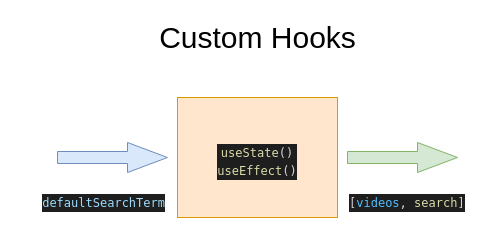
The draw.io diagram Custom Hooks.drawio in jeesewu/Diagrams-Storage, before the edit. Source tidied: cells renumbered, new cells numbered last; positions are measured from the earlier drawing's top-left corner, leaving out a move shared by most shapes. Both pictures are drawn from the tidied source at 100%, with x=0, y=0 at pixel (17, 17).
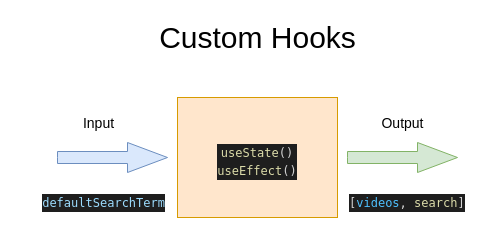
The same page after the edit.

What changed in the source:
```diff
@@
 <mxGraphModel>
   <root>
     <mxCell id="0" />
     <mxCell id="1" parent="0" />
     <mxCell id="2" value="Custom Hooks" style="text;html=1;align=center;verticalAlign=middle;strokeColor=none;fontSize=30;" parent="1" vertex="1">
       <mxGeometry x="135" width="210" height="40" as="geometry" />
     </mxCell>
     <mxCell id="3" style="rounded=0;whiteSpace=wrap;html=1;fillColor=#ffe6cc;strokeColor=#d79b00;" parent="1" vertex="1">
       <mxGeometry x="160" y="80" width="160" height="120" as="geometry" />
     </mxCell>
     <mxCell id="4" style="html=1;shadow=0;dashed=0;align=center;verticalAlign=middle;shape=mxgraph.arrows2.arrow;dy=0.6;dx=40;notch=0;fillColor=#dae8fc;strokeColor=#6c8ebf;" parent="1" vertex="1">
       <mxGeometry x="40" y="125" width="110" height="30" as="geometry" />
     </mxCell>
     <mxCell id="5" style="html=1;shadow=0;dashed=0;align=center;verticalAlign=middle;shape=mxgraph.arrows2.arrow;dy=0.6;dx=40;notch=0;fillColor=#d5e8d4;strokeColor=#82b366;" parent="1" vertex="1">
       <mxGeometry x="330" y="125" width="110" height="30" as="geometry" />
     </mxCell>
     <mxCell id="6" value="&lt;div style=&quot;color: rgb(212, 212, 212); background-color: rgb(30, 30, 30); font-family: menlo, monaco, &amp;quot;courier new&amp;quot;, monospace; font-weight: normal; font-size: 12px; line-height: 18px;&quot;&gt;&lt;div&gt;&lt;span style=&quot;color: #d4d4d4&quot;&gt;[&lt;/span&gt;&lt;span style=&quot;color: #4fc1ff&quot;&gt;videos&lt;/span&gt;&lt;span style=&quot;color: #d4d4d4&quot;&gt;, &lt;/span&gt;&lt;span style=&quot;color: #dcdcaa&quot;&gt;search&lt;/span&gt;&lt;span style=&quot;color: #d4d4d4&quot;&gt;]&lt;/span&gt;&lt;/div&gt;&lt;/div&gt;" style="text;whiteSpace=wrap;html=1;align=left;" parent="1" vertex="1">
       <mxGeometry x="330" y="170" width="140" height="30" as="geometry" />
     </mxCell>
     <mxCell id="7" value="&lt;div style=&quot;color: rgb(212, 212, 212); background-color: rgb(30, 30, 30); font-family: menlo, monaco, &amp;quot;courier new&amp;quot;, monospace; font-weight: normal; font-size: 12px; line-height: 18px;&quot;&gt;&lt;div&gt;&lt;span style=&quot;color: #9cdcfe&quot;&gt;defaultSearchTerm&lt;/span&gt;&lt;/div&gt;&lt;/div&gt;" style="text;whiteSpace=wrap;html=1;align=right;" parent="1" vertex="1">
       <mxGeometry y="170" width="150" height="30" as="geometry" />
     </mxCell>
     <mxCell id="8" value="&lt;div style=&quot;color: rgb(212 , 212 , 212) ; background-color: rgb(30 , 30 , 30) ; font-family: &amp;quot;menlo&amp;quot; , &amp;quot;monaco&amp;quot; , &amp;quot;courier new&amp;quot; , monospace ; font-weight: normal ; font-size: 12px ; line-height: 18px&quot;&gt;&lt;div&gt;&lt;span style=&quot;color: #dcdcaa&quot;&gt;useState&lt;/span&gt;&lt;span style=&quot;color: #d4d4d4&quot;&gt;()&lt;/span&gt;&lt;/div&gt;&lt;div&gt;&lt;div style=&quot;font-family: &amp;quot;menlo&amp;quot; , &amp;quot;monaco&amp;quot; , &amp;quot;courier new&amp;quot; , monospace ; line-height: 18px&quot;&gt;&lt;span style=&quot;color: #dcdcaa&quot;&gt;useEffect&lt;/span&gt;()&lt;/div&gt;&lt;/div&gt;&lt;/div&gt;" style="text;whiteSpace=wrap;html=1;align=center;" parent="1" vertex="1">
       <mxGeometry x="185" y="120" width="110" height="50" as="geometry" />
     </mxCell>
     <mxCell id="9" style="edgeStyle=orthogonalEdgeStyle;rounded=0;orthogonalLoop=1;jettySize=auto;html=1;exitX=0.5;exitY=1;exitDx=0;exitDy=0;align=center;" parent="1" edge="1" source="8" target="8">
       <mxGeometry relative="1" as="geometry" />
     </mxCell>
+    <mxCell id="10" value="Input" style="text;html=1;align=center;verticalAlign=middle;strokeColor=none;fontSize=14;" parent="1" vertex="1">
+      <mxGeometry x="56" y="96" width="50" height="20" as="geometry" />
+    </mxCell>
+    <mxCell id="11" value="Output" style="text;html=1;align=center;verticalAlign=middle;strokeColor=none;fontSize=14;" parent="1" vertex="1">
+      <mxGeometry x="355" y="96" width="60" height="20" as="geometry" />
+    </mxCell>
   </root>
 </mxGraphModel>
```
